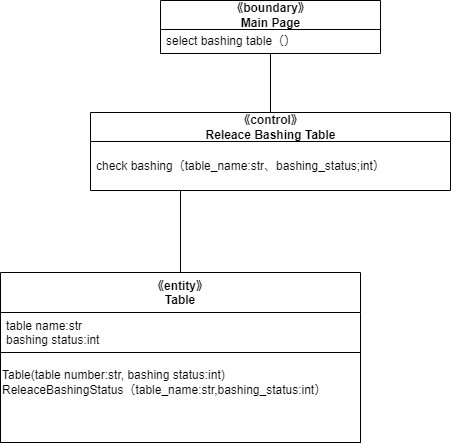
MasakiHiguchi/--- keeps this draw.io diagram as psp4/設計モデルのクラス/設計モデルクラス図_バッシング.drawio.png. Above is the earlier version. Source tidied: cells renumbered, new cells last; positions are measured from the earlier drawing's top-left corner, leaving out a move shared by most shapes.
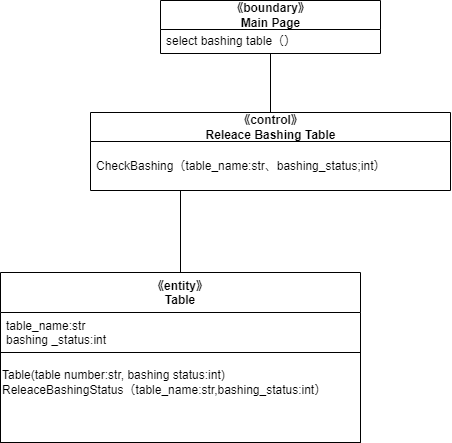
Later version of the same file.

Diff of the diagram source:
```diff
@@ -14,7 +14,7 @@
     <mxCell id="5" value="《control》&lt;br&gt;Releace Bashing Table" style="swimlane;fontStyle=1;align=center;verticalAlign=middle;horizontal=1;startSize=29;html=1;" parent="1" vertex="1">
       <mxGeometry x="90" y="112" width="360" height="78" as="geometry" />
     </mxCell>
-    <mxCell id="6" value="check bashing（table_name:str、bashing_status;int）" style="text;html=1;strokeColor=none;fillColor=none;align=left;verticalAlign=middle;spacingLeft=4;spacingRight=4;overflow=hidden;" parent="5" vertex="1">
+    <mxCell id="6" value="CheckBashing（table_name:str、bashing_status;int）" style="text;html=1;strokeColor=none;fillColor=none;align=left;verticalAlign=middle;spacingLeft=4;spacingRight=4;overflow=hidden;" parent="5" vertex="1">
       <mxGeometry y="29" width="360" height="49" as="geometry" />
     </mxCell>
     <mxCell id="7" style="edgeStyle=none;html=1;exitX=0.5;exitY=0;exitDx=0;exitDy=0;entryX=0.25;entryY=1;entryDx=0;entryDy=0;endArrow=none;endFill=0;" parent="1" edge="1" source="8" target="5">
@@ -23,7 +23,7 @@
     <mxCell id="8" value="《entity》&#10;Table" style="swimlane;fontStyle=1;align=center;verticalAlign=top;horizontal=1;startSize=40;" parent="1" vertex="1">
       <mxGeometry y="272" width="360" height="170" as="geometry" />
     </mxCell>
-    <mxCell id="9" value="table name:str&#10;bashing status:int" style="text;strokeColor=none;fillColor=none;align=left;verticalAlign=top;spacingLeft=4;spacingRight=4;overflow=hidden;" parent="8" vertex="1">
+    <mxCell id="9" value="table_name:str&#10;bashing _status:int" style="text;strokeColor=none;fillColor=none;align=left;verticalAlign=top;spacingLeft=4;spacingRight=4;overflow=hidden;" parent="8" vertex="1">
       <mxGeometry y="40" width="360" height="40" as="geometry" />
     </mxCell>
     <mxCell id="10" style="swimlane;startSize=0;" parent="8" vertex="1">
```
